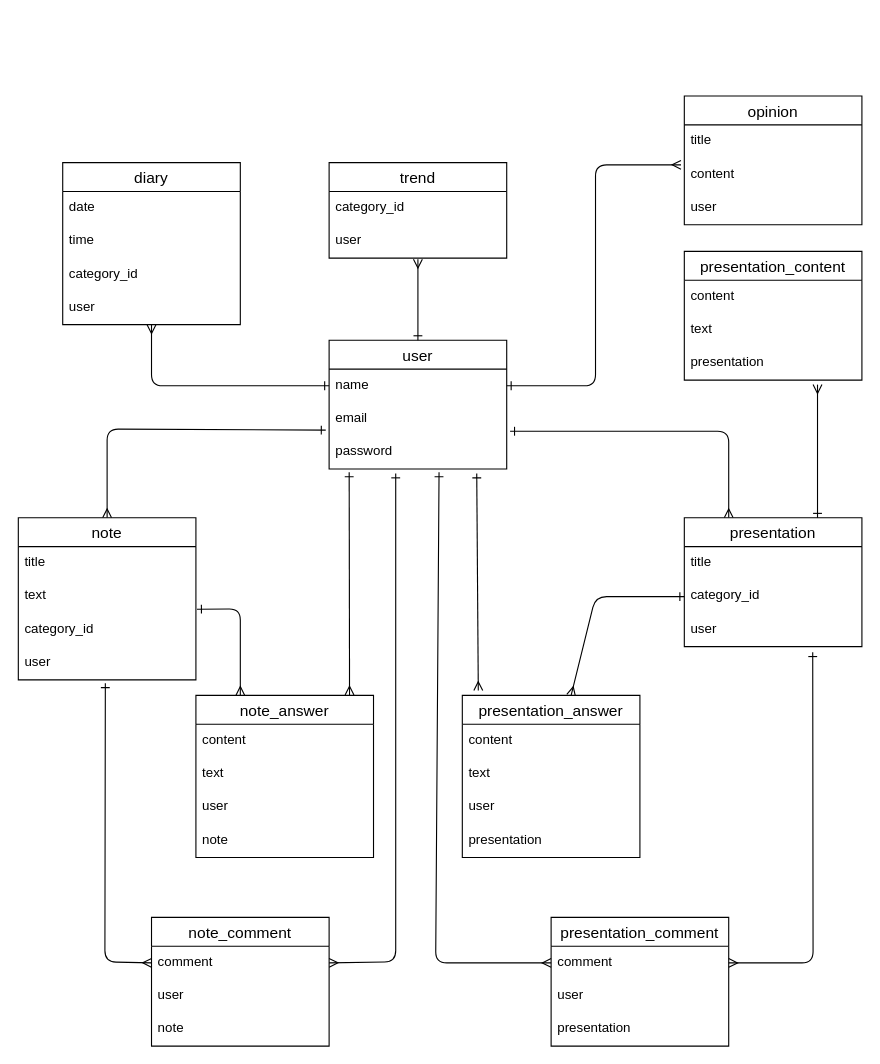
This is ER.dio from xcattleyax/outputera, a draw.io file, before an edit. Source tidied: cells renumbered, new cells numbered last; positions are measured from the earlier drawing's top-left corner, leaving out a move shared by most shapes. Both pictures are drawn from the tidied source at 111%, with x=0, y=0 at pixel (18, 95).
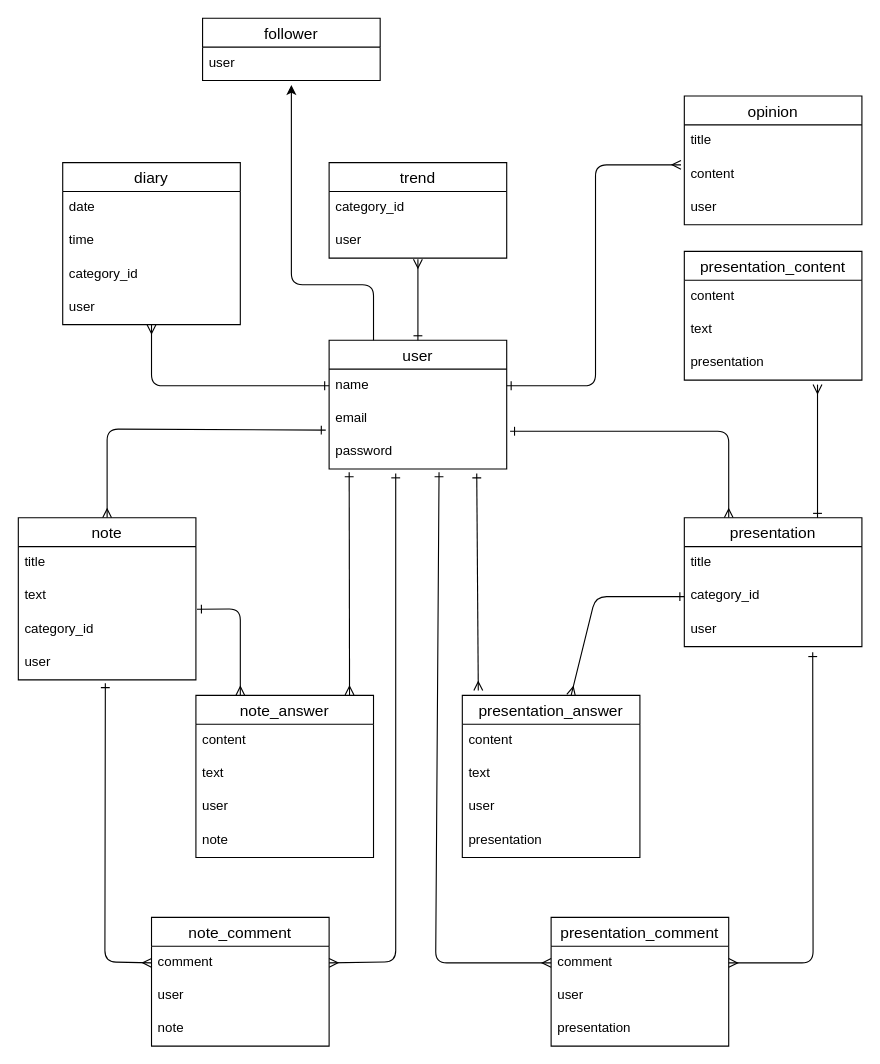
After the change.

Unchanged cells that the change refers to:
```xml
<mxCell id="2" value="user" style="swimlane;fontStyle=0;horizontal=1;startSize=26;align=center;fontSize=14;" parent="1" vertex="1">
  <mxGeometry x="280" y="220" width="160" height="116" as="geometry" />
</mxCell>
```

What changed in the source:
```diff
@@
+    <mxCell id="63" value="follower" style="swimlane;fontStyle=0;horizontal=1;startSize=26;align=center;fontSize=14;" parent="1" vertex="1">
+      <mxGeometry x="166" y="-70" width="160" height="56" as="geometry" />
+    </mxCell>
+    <mxCell id="64" value="user" style="text;strokeColor=none;fillColor=none;spacingLeft=4;spacingRight=4;overflow=hidden;fontSize=12;" parent="63" vertex="1">
+      <mxGeometry y="26" width="160" height="30" as="geometry" />
+    </mxCell>
+    <mxCell id="65" style="edgeStyle=none;html=1;exitX=0.25;exitY=0;exitDx=0;exitDy=0;" parent="1" edge="1" source="2">
+      <mxGeometry relative="1" as="geometry">
+        <mxPoint x="246" y="-10" as="targetPoint" />
+        <Array as="points">
+          <mxPoint x="320" y="170" />
+          <mxPoint x="246" y="170" />
+        </Array>
+      </mxGeometry>
+    </mxCell>
```
